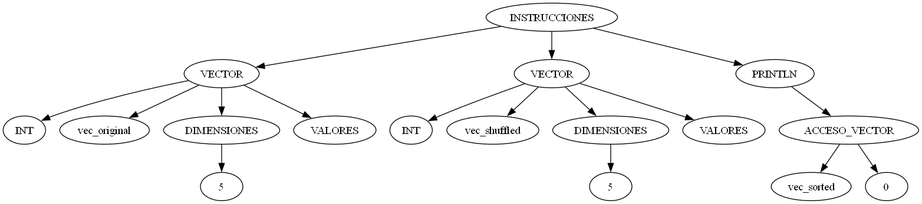
The Graphviz diagram backend/AST.png in AlvaroCeballos/OLC1_VJ2025_G5, before a commit. Its source is kept beside it as backend/AST.dot.
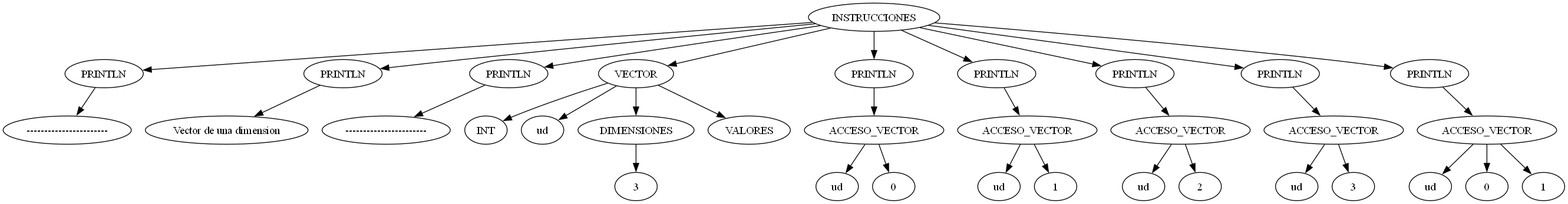
After the change.

Diff of the diagram source:
```diff
@@ -1,35 +1,69 @@
 digraph {
 	0 [label = "INSTRUCCIONES"];
-	1 [label = "VECTOR"];
-	2 [label = "INT"];
-	3 [label = "vec_original"];
-	4 [label = "DIMENSIONES"];
-	5 [label = "5"];
-	6 [label = "VALORES"];
-	7 [label = "VECTOR"];
-	8 [label = "INT"];
-	9 [label = "vec_shuffled"];
-	10 [label = "DIMENSIONES"];
-	11 [label = "5"];
-	12 [label = "VALORES"];
-	13 [label = "PRINTLN"];
-	14 [label = "ACCESO_VECTOR"];
-	15 [label = "vec_sorted"];
-	16 [label = "0"];
-	0 -> 1;
-	1 -> 2;
-	1 -> 3;
-	1 -> 4;
-	4 -> 5;
-	1 -> 6;
-	0 -> 7;
-	7 -> 8;
-	7 -> 9;
-	7 -> 10;
-	10 -> 11;
-	7 -> 12;
-	0 -> 13;
-	13 -> 14;
-	14 -> 15;
-	14 -> 16;
+	294 [label = "PRINTLN"];
+	295 [label = "-----------------------"];
+	296 [label = "PRINTLN"];
+	297 [label = "Vector de una dimension"];
+	298 [label = "PRINTLN"];
+	299 [label = "-----------------------"];
+	300 [label = "VECTOR"];
+	301 [label = "INT"];
+	302 [label = "ud"];
+	303 [label = "DIMENSIONES"];
+	304 [label = "3"];
+	305 [label = "VALORES"];
+	306 [label = "PRINTLN"];
+	307 [label = "ACCESO_VECTOR"];
+	308 [label = "ud"];
+	309 [label = "0"];
+	310 [label = "PRINTLN"];
+	311 [label = "ACCESO_VECTOR"];
+	312 [label = "ud"];
+	313 [label = "1"];
+	314 [label = "PRINTLN"];
+	315 [label = "ACCESO_VECTOR"];
+	316 [label = "ud"];
+	317 [label = "2"];
+	318 [label = "PRINTLN"];
+	319 [label = "ACCESO_VECTOR"];
+	320 [label = "ud"];
+	321 [label = "3"];
+	322 [label = "PRINTLN"];
+	323 [label = "ACCESO_VECTOR"];
+	324 [label = "ud"];
+	325 [label = "0"];
+	326 [label = "1"];
+	0 -> 294;
+	294 -> 295;
+	0 -> 296;
+	296 -> 297;
+	0 -> 298;
+	298 -> 299;
+	0 -> 300;
+	300 -> 301;
+	300 -> 302;
+	300 -> 303;
+	303 -> 304;
+	300 -> 305;
+	0 -> 306;
+	306 -> 307;
+	307 -> 308;
+	307 -> 309;
+	0 -> 310;
+	310 -> 311;
+	311 -> 312;
+	311 -> 313;
+	0 -> 314;
+	314 -> 315;
+	315 -> 316;
+	315 -> 317;
+	0 -> 318;
+	318 -> 319;
+	319 -> 320;
+	319 -> 321;
+	0 -> 322;
+	322 -> 323;
+	323 -> 324;
+	323 -> 325;
+	323 -> 326;
 }
```
